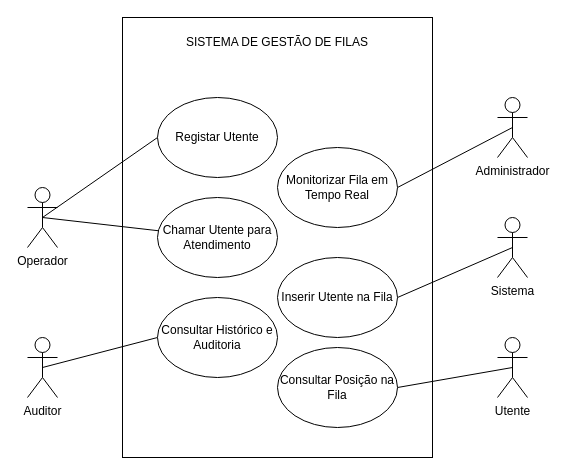
The draw.io diagram USE-CASE.drawio in bungaantonio/queue_system, before the edit. Source tidied: cells renumbered, new cells numbered last; positions are measured from the earlier drawing's top-left corner, leaving out a move shared by most shapes. Both pictures are drawn from the tidied source at 100%, with x=0, y=0 at pixel (27, 17).
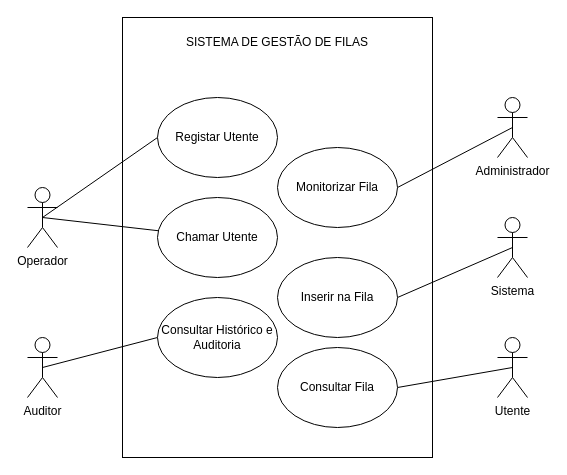
Above is the later version.

What changed in the source:
```diff
@@
-    <mxCell id="14" value="Inserir Utente na Fila" style="ellipse;whiteSpace=wrap;html=1;" parent="1" vertex="1">
+    <mxCell id="14" value="Inserir na Fila" style="ellipse;whiteSpace=wrap;html=1;" parent="1" vertex="1">
       <mxGeometry x="250" y="240" width="120" height="80" as="geometry" />
     </mxCell>
@@
-    <mxCell id="16" value="Chamar Utente para Atendimento" style="ellipse;whiteSpace=wrap;html=1;" parent="1" vertex="1">
+    <mxCell id="16" value="Chamar Utente" style="ellipse;whiteSpace=wrap;html=1;" parent="1" vertex="1">
       <mxGeometry x="130" y="180" width="120" height="80" as="geometry" />
     </mxCell>
-    <mxCell id="17" value="Monitorizar Fila em Tempo Real" style="ellipse;whiteSpace=wrap;html=1;" parent="1" vertex="1">
+    <mxCell id="17" value="Monitorizar Fila" style="ellipse;whiteSpace=wrap;html=1;" parent="1" vertex="1">
       <mxGeometry x="250" y="130" width="120" height="80" as="geometry" />
     </mxCell>
@@
-    <mxCell id="19" value="Consultar Posição na Fila" style="ellipse;whiteSpace=wrap;html=1;" parent="1" vertex="1">
+    <mxCell id="19" value="Consultar Fila" style="ellipse;whiteSpace=wrap;html=1;" parent="1" vertex="1">
       <mxGeometry x="250" y="330" width="120" height="80" as="geometry" />
     </mxCell>
```
